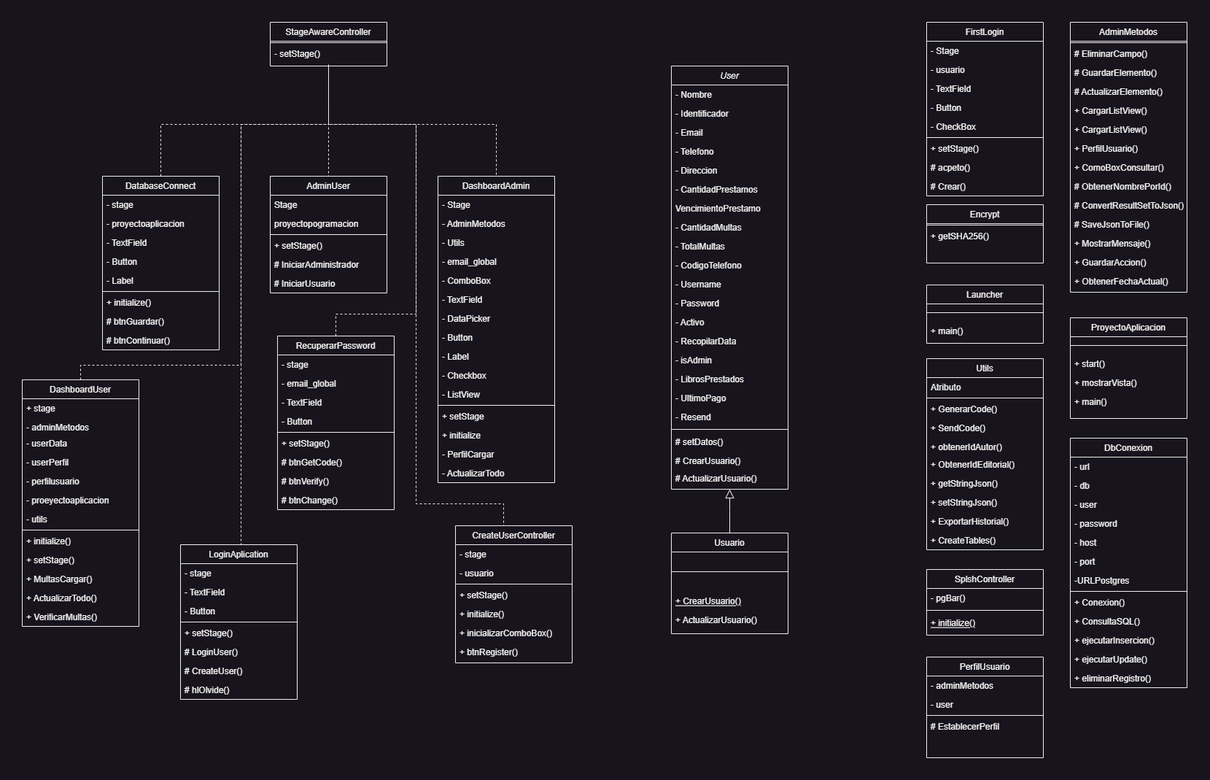
This is Diagramas/Diagrama De Clases.png from estuardodev/ProyectoProgramacion, a draw.io export, as it was before one commit. Source tidied: cells renumbered, new cells last; positions are measured from the earlier drawing's top-left corner, leaving out a move shared by most shapes.
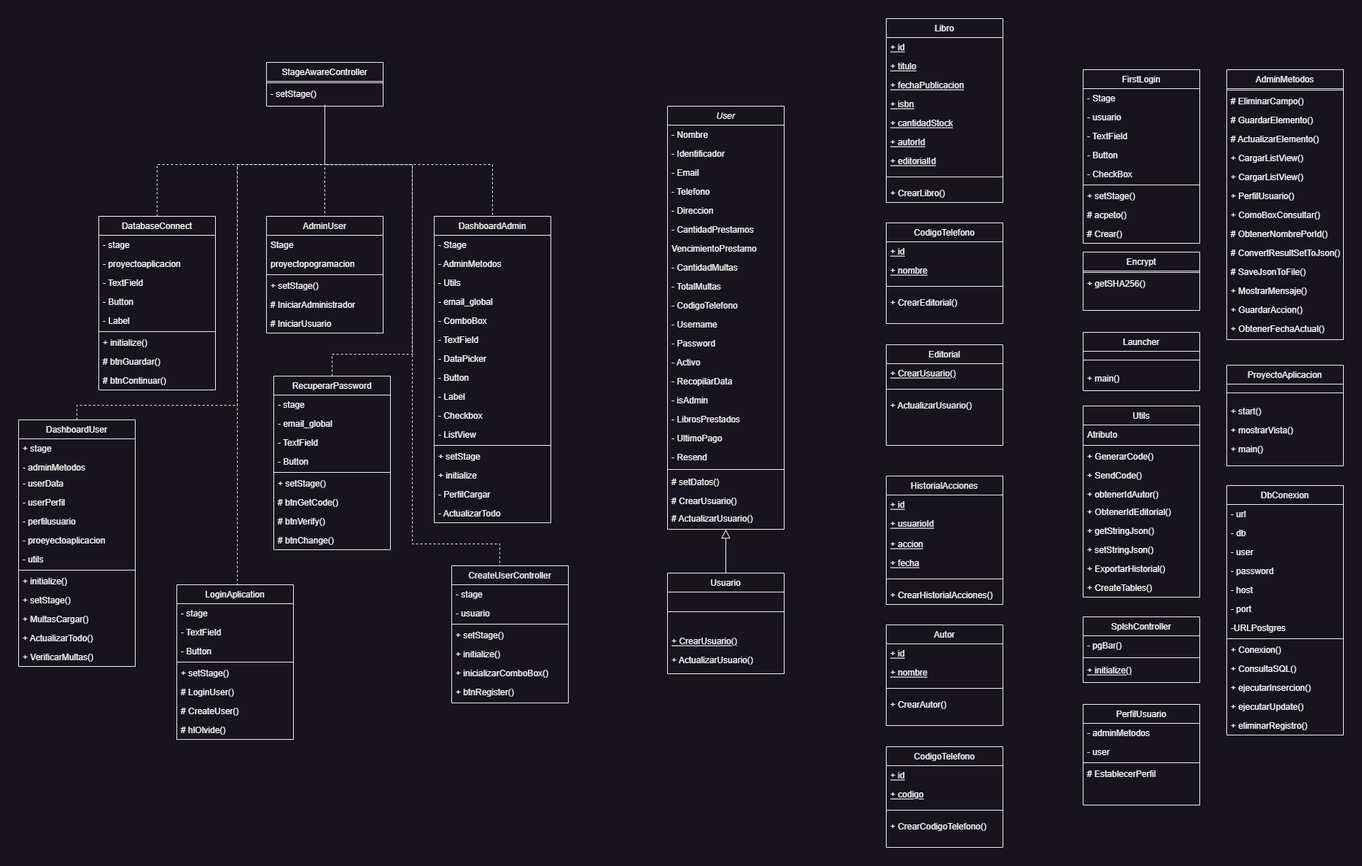
After the commit.

Commit message:
Se actualizaron los manuales y los diagramas

What changed in the source:
```diff
@@ -96,7 +96,7 @@
       <mxGeometry y="30" width="160" height="26" as="geometry" />
     </mxCell>
     <mxCell id="33" value="AdminMetodos" style="swimlane;fontStyle=0;align=center;verticalAlign=top;horizontal=1;startSize=26;rounded=0;shadow=0;strokeWidth=1;" parent="1" vertex="1">
-      <mxGeometry x="1437" width="160" height="370" as="geometry" />
+      <mxGeometry x="1657" y="10" width="160" height="370" as="geometry" />
     </mxCell>
     <mxCell id="34" style="line;html=1;strokeWidth=1;align=left;verticalAlign=middle;spacingTop=-1;spacingLeft=3;spacingRight=3;labelPosition=right;" parent="33" vertex="1">
       <mxGeometry y="26" width="160" height="4" as="geometry" />
@@ -259,7 +259,7 @@
       <mxGeometry y="212" width="160" height="26" as="geometry" />
     </mxCell>
     <mxCell id="84" value="ProyectoAplicacion" style="swimlane;fontStyle=0;align=center;verticalAlign=top;horizontal=1;startSize=26;rounded=0;shadow=0;strokeWidth=1;" parent="1" vertex="1">
-      <mxGeometry x="1437" y="405" width="160" height="138" as="geometry" />
+      <mxGeometry x="1657" y="415" width="160" height="138" as="geometry" />
     </mxCell>
     <mxCell id="85" style="line;html=1;strokeWidth=1;align=left;verticalAlign=middle;spacingTop=-1;spacingLeft=3;spacingRight=3;labelPosition=right;" parent="84" vertex="1">
       <mxGeometry y="26" width="160" height="24" as="geometry" />
@@ -301,7 +301,7 @@
       <mxGeometry y="186" width="160" height="26" as="geometry" />
     </mxCell>
     <mxCell id="98" value="Launcher" style="swimlane;fontStyle=0;align=center;verticalAlign=top;horizontal=1;startSize=26;rounded=0;shadow=0;strokeWidth=1;" parent="1" vertex="1">
-      <mxGeometry x="1240" y="360" width="160" height="80" as="geometry" />
+      <mxGeometry x="1460" y="370" width="160" height="80" as="geometry" />
     </mxCell>
     <mxCell id="99" style="line;html=1;strokeWidth=1;align=left;verticalAlign=middle;spacingTop=-1;spacingLeft=3;spacingRight=3;labelPosition=right;" parent="98" vertex="1">
       <mxGeometry y="26" width="160" height="24" as="geometry" />
@@ -334,7 +334,7 @@
       <mxGeometry y="160" width="160" height="28" as="geometry" />
     </mxCell>
     <mxCell id="109" value="Utils" style="swimlane;fontStyle=0;align=center;verticalAlign=top;horizontal=1;startSize=26;rounded=0;shadow=0;strokeWidth=1;" parent="1" vertex="1">
-      <mxGeometry x="1240" y="461" width="160" height="262" as="geometry" />
+      <mxGeometry x="1460" y="471" width="160" height="262" as="geometry" />
     </mxCell>
     <mxCell id="110" value="Atributo" style="text;align=left;verticalAlign=top;spacingLeft=4;spacingRight=4;overflow=hidden;" parent="109" vertex="1">
       <mxGeometry y="26" width="160" height="26" as="geometry" />
@@ -367,7 +367,7 @@
       <mxGeometry y="236" width="160" height="26" as="geometry" />
     </mxCell>
     <mxCell id="120" value="Encrypt" style="swimlane;fontStyle=0;align=center;verticalAlign=top;horizontal=1;startSize=26;rounded=0;shadow=0;strokeWidth=1;" parent="1" vertex="1">
-      <mxGeometry x="1240" y="250" width="160" height="80" as="geometry" />
+      <mxGeometry x="1460" y="260" width="160" height="80" as="geometry" />
     </mxCell>
     <mxCell id="121" style="line;html=1;strokeWidth=1;align=left;verticalAlign=middle;spacingTop=-1;spacingLeft=3;spacingRight=3;labelPosition=right;" parent="120" vertex="1">
       <mxGeometry y="26" width="160" height="4" as="geometry" />
@@ -376,7 +376,7 @@
       <mxGeometry y="30" width="160" height="26" as="geometry" />
     </mxCell>
     <mxCell id="123" value="PerfilUsuario" style="swimlane;fontStyle=0;align=center;verticalAlign=top;horizontal=1;startSize=26;rounded=0;shadow=0;strokeWidth=1;" parent="1" vertex="1">
-      <mxGeometry x="1240" y="870" width="160" height="138" as="geometry" />
+      <mxGeometry x="1460" y="880" width="160" height="138" as="geometry" />
     </mxCell>
     <mxCell id="124" value="- adminMetodos" style="text;align=left;verticalAlign=top;spacingLeft=4;spacingRight=4;overflow=hidden;" parent="123" vertex="1">
       <mxGeometry y="26" width="160" height="26" as="geometry" />
@@ -433,7 +433,7 @@
       <mxGeometry y="312" width="160" height="26" as="geometry" />
     </mxCell>
     <mxCell id="142" value="DbConexion" style="swimlane;fontStyle=0;align=center;verticalAlign=top;horizontal=1;startSize=26;rounded=0;shadow=0;strokeWidth=1;" parent="1" vertex="1">
-      <mxGeometry x="1437" y="570" width="160" height="342" as="geometry" />
+      <mxGeometry x="1657" y="580" width="160" height="342" as="geometry" />
     </mxCell>
     <mxCell id="143" value="- url" style="text;align=left;verticalAlign=top;spacingLeft=4;spacingRight=4;overflow=hidden;" parent="142" vertex="1">
       <mxGeometry y="26" width="160" height="26" as="geometry" />
@@ -475,7 +475,7 @@
       <mxGeometry y="316" width="160" height="26" as="geometry" />
     </mxCell>
     <mxCell id="156" value="FirstLogin" style="swimlane;fontStyle=0;align=center;verticalAlign=top;horizontal=1;startSize=26;rounded=0;shadow=0;strokeWidth=1;" parent="1" vertex="1">
-      <mxGeometry x="1240" width="160" height="238" as="geometry" />
+      <mxGeometry x="1460" y="10" width="160" height="238" as="geometry" />
     </mxCell>
     <mxCell id="157" value="- Stage" style="text;align=left;verticalAlign=top;spacingLeft=4;spacingRight=4;overflow=hidden;" parent="156" vertex="1">
       <mxGeometry y="26" width="160" height="26" as="geometry" />
@@ -581,7 +581,7 @@
       </mxGeometry>
     </mxCell>
     <mxCell id="181" value="SplshController" style="swimlane;fontStyle=0;align=center;verticalAlign=top;horizontal=1;startSize=26;rounded=0;shadow=0;strokeWidth=1;" parent="1" vertex="1">
-      <mxGeometry x="1240" y="750" width="160" height="90" as="geometry" />
+      <mxGeometry x="1460" y="760" width="160" height="90" as="geometry" />
     </mxCell>
     <mxCell id="182" value="- pgBar()" style="text;align=left;verticalAlign=top;spacingLeft=4;spacingRight=4;overflow=hidden;" parent="181" vertex="1">
       <mxGeometry y="26" width="160" height="26" as="geometry" />
@@ -592,5 +592,113 @@
     <mxCell id="184" value="+ initialize()" style="text;align=left;verticalAlign=top;spacingLeft=4;spacingRight=4;overflow=hidden;fontStyle=4;" parent="181" vertex="1">
       <mxGeometry y="60" width="160" height="26" as="geometry" />
     </mxCell>
+    <mxCell id="185" value="Libro" style="swimlane;fontStyle=0;align=center;verticalAlign=top;horizontal=1;startSize=26;rounded=0;shadow=0;strokeWidth=1;" parent="1" vertex="1">
+      <mxGeometry x="1190" y="-60" width="160" height="252" as="geometry" />
+    </mxCell>
+    <mxCell id="186" value="+ id" style="text;align=left;verticalAlign=top;spacingLeft=4;spacingRight=4;overflow=hidden;fontStyle=4;" parent="185" vertex="1">
+      <mxGeometry y="26" width="160" height="26" as="geometry" />
+    </mxCell>
+    <mxCell id="187" value="+ titulo" style="text;align=left;verticalAlign=top;spacingLeft=4;spacingRight=4;overflow=hidden;fontStyle=4;" parent="185" vertex="1">
+      <mxGeometry y="52" width="160" height="26" as="geometry" />
+    </mxCell>
+    <mxCell id="188" value="+ fechaPublicacion" style="text;align=left;verticalAlign=top;spacingLeft=4;spacingRight=4;overflow=hidden;fontStyle=4;" parent="185" vertex="1">
+      <mxGeometry y="78" width="160" height="26" as="geometry" />
+    </mxCell>
+    <mxCell id="189" value="+ isbn" style="text;align=left;verticalAlign=top;spacingLeft=4;spacingRight=4;overflow=hidden;fontStyle=4;" parent="185" vertex="1">
+      <mxGeometry y="104" width="160" height="26" as="geometry" />
+    </mxCell>
+    <mxCell id="190" value="+ cantidadStock" style="text;align=left;verticalAlign=top;spacingLeft=4;spacingRight=4;overflow=hidden;fontStyle=4;" parent="185" vertex="1">
+      <mxGeometry y="130" width="160" height="26" as="geometry" />
+    </mxCell>
+    <mxCell id="191" value="+ autorId" style="text;align=left;verticalAlign=top;spacingLeft=4;spacingRight=4;overflow=hidden;fontStyle=4;" parent="185" vertex="1">
+      <mxGeometry y="156" width="160" height="26" as="geometry" />
+    </mxCell>
+    <mxCell id="192" value="+ editorialId" style="text;align=left;verticalAlign=top;spacingLeft=4;spacingRight=4;overflow=hidden;fontStyle=4;" parent="185" vertex="1">
+      <mxGeometry y="182" width="160" height="26" as="geometry" />
+    </mxCell>
+    <mxCell id="193" style="line;html=1;strokeWidth=1;align=left;verticalAlign=middle;spacingTop=-1;spacingLeft=3;spacingRight=3;labelPosition=right;" parent="185" vertex="1">
+      <mxGeometry y="208" width="160" height="18" as="geometry" />
+    </mxCell>
+    <mxCell id="194" value="+ CrearLibro()" style="text;align=left;verticalAlign=top;spacingLeft=4;spacingRight=4;overflow=hidden;" parent="185" vertex="1">
+      <mxGeometry y="226" width="160" height="26" as="geometry" />
+    </mxCell>
+    <mxCell id="195" value="CodigoTelefono" style="swimlane;fontStyle=0;align=center;verticalAlign=top;horizontal=1;startSize=26;rounded=0;shadow=0;strokeWidth=1;" parent="1" vertex="1">
+      <mxGeometry x="1190" y="220" width="160" height="138" as="geometry" />
+    </mxCell>
+    <mxCell id="196" value="+ id" style="text;align=left;verticalAlign=top;spacingLeft=4;spacingRight=4;overflow=hidden;fontStyle=4;" parent="195" vertex="1">
+      <mxGeometry y="26" width="160" height="26" as="geometry" />
+    </mxCell>
+    <mxCell id="197" value="+ nombre" style="text;align=left;verticalAlign=top;spacingLeft=4;spacingRight=4;overflow=hidden;fontStyle=4;" parent="195" vertex="1">
+      <mxGeometry y="52" width="160" height="26" as="geometry" />
+    </mxCell>
+    <mxCell id="198" style="line;html=1;strokeWidth=1;align=left;verticalAlign=middle;spacingTop=-1;spacingLeft=3;spacingRight=3;labelPosition=right;" parent="195" vertex="1">
+      <mxGeometry y="78" width="160" height="18" as="geometry" />
+    </mxCell>
+    <mxCell id="199" value="+ CrearEditorial()" style="text;align=left;verticalAlign=top;spacingLeft=4;spacingRight=4;overflow=hidden;" parent="195" vertex="1">
+      <mxGeometry y="96" width="160" height="26" as="geometry" />
+    </mxCell>
+    <mxCell id="200" value="Editorial" style="swimlane;fontStyle=0;align=center;verticalAlign=top;horizontal=1;startSize=26;rounded=0;shadow=0;strokeWidth=1;" parent="1" vertex="1">
+      <mxGeometry x="1190" y="387" width="160" height="138" as="geometry" />
+    </mxCell>
+    <mxCell id="201" value="+ CrearUsuario()" style="text;align=left;verticalAlign=top;spacingLeft=4;spacingRight=4;overflow=hidden;fontStyle=4;" parent="200" vertex="1">
+      <mxGeometry y="26" width="160" height="26" as="geometry" />
+    </mxCell>
+    <mxCell id="202" style="line;html=1;strokeWidth=1;align=left;verticalAlign=middle;spacingTop=-1;spacingLeft=3;spacingRight=3;labelPosition=right;" parent="200" vertex="1">
+      <mxGeometry y="52" width="160" height="18" as="geometry" />
+    </mxCell>
+    <mxCell id="203" value="+ ActualizarUsuario()" style="text;align=left;verticalAlign=top;spacingLeft=4;spacingRight=4;overflow=hidden;" parent="200" vertex="1">
+      <mxGeometry y="70" width="160" height="26" as="geometry" />
+    </mxCell>
+    <mxCell id="204" value="HistorialAcciones" style="swimlane;fontStyle=0;align=center;verticalAlign=top;horizontal=1;startSize=26;rounded=0;shadow=0;strokeWidth=1;" parent="1" vertex="1">
+      <mxGeometry x="1190" y="567" width="160" height="176" as="geometry" />
+    </mxCell>
+    <mxCell id="205" value="+ id" style="text;align=left;verticalAlign=top;spacingLeft=4;spacingRight=4;overflow=hidden;fontStyle=4;" parent="204" vertex="1">
+      <mxGeometry y="26" width="160" height="26" as="geometry" />
+    </mxCell>
+    <mxCell id="206" value="+ usuarioId" style="text;align=left;verticalAlign=top;spacingLeft=4;spacingRight=4;overflow=hidden;fontStyle=4;" parent="204" vertex="1">
+      <mxGeometry y="52" width="160" height="28" as="geometry" />
+    </mxCell>
+    <mxCell id="207" value="+ accion" style="text;align=left;verticalAlign=top;spacingLeft=4;spacingRight=4;overflow=hidden;fontStyle=4;" parent="204" vertex="1">
+      <mxGeometry y="80" width="160" height="26" as="geometry" />
+    </mxCell>
+    <mxCell id="208" value="+ fecha" style="text;align=left;verticalAlign=top;spacingLeft=4;spacingRight=4;overflow=hidden;fontStyle=4;" parent="204" vertex="1">
+      <mxGeometry y="106" width="160" height="26" as="geometry" />
+    </mxCell>
+    <mxCell id="209" style="line;html=1;strokeWidth=1;align=left;verticalAlign=middle;spacingTop=-1;spacingLeft=3;spacingRight=3;labelPosition=right;" parent="204" vertex="1">
+      <mxGeometry y="132" width="160" height="18" as="geometry" />
+    </mxCell>
+    <mxCell id="210" value="+ CrearHistorialAcciones()" style="text;align=left;verticalAlign=top;spacingLeft=4;spacingRight=4;overflow=hidden;" parent="204" vertex="1">
+      <mxGeometry y="150" width="160" height="26" as="geometry" />
+    </mxCell>
+    <mxCell id="211" value="Autor" style="swimlane;fontStyle=0;align=center;verticalAlign=top;horizontal=1;startSize=26;rounded=0;shadow=0;strokeWidth=1;" parent="1" vertex="1">
+      <mxGeometry x="1190" y="771" width="160" height="138" as="geometry" />
+    </mxCell>
+    <mxCell id="212" value="+ id" style="text;align=left;verticalAlign=top;spacingLeft=4;spacingRight=4;overflow=hidden;fontStyle=4;" parent="211" vertex="1">
+      <mxGeometry y="26" width="160" height="26" as="geometry" />
+    </mxCell>
+    <mxCell id="213" value="+ nombre" style="text;align=left;verticalAlign=top;spacingLeft=4;spacingRight=4;overflow=hidden;fontStyle=4;" parent="211" vertex="1">
+      <mxGeometry y="52" width="160" height="26" as="geometry" />
+    </mxCell>
+    <mxCell id="214" style="line;html=1;strokeWidth=1;align=left;verticalAlign=middle;spacingTop=-1;spacingLeft=3;spacingRight=3;labelPosition=right;" parent="211" vertex="1">
+      <mxGeometry y="78" width="160" height="18" as="geometry" />
+    </mxCell>
+    <mxCell id="215" value="+ CrearAutor()" style="text;align=left;verticalAlign=top;spacingLeft=4;spacingRight=4;overflow=hidden;" parent="211" vertex="1">
+      <mxGeometry y="96" width="160" height="26" as="geometry" />
+    </mxCell>
+    <mxCell id="216" value="CodigoTelefono" style="swimlane;fontStyle=0;align=center;verticalAlign=top;horizontal=1;startSize=26;rounded=0;shadow=0;strokeWidth=1;" parent="1" vertex="1">
+      <mxGeometry x="1190" y="938" width="160" height="138" as="geometry" />
+    </mxCell>
+    <mxCell id="217" value="+ id" style="text;align=left;verticalAlign=top;spacingLeft=4;spacingRight=4;overflow=hidden;fontStyle=4;" parent="216" vertex="1">
+      <mxGeometry y="26" width="160" height="26" as="geometry" />
+    </mxCell>
+    <mxCell id="218" value="+ codigo" style="text;align=left;verticalAlign=top;spacingLeft=4;spacingRight=4;overflow=hidden;fontStyle=4;" parent="216" vertex="1">
+      <mxGeometry y="52" width="160" height="26" as="geometry" />
+    </mxCell>
+    <mxCell id="219" style="line;html=1;strokeWidth=1;align=left;verticalAlign=middle;spacingTop=-1;spacingLeft=3;spacingRight=3;labelPosition=right;" parent="216" vertex="1">
+      <mxGeometry y="78" width="160" height="18" as="geometry" />
+    </mxCell>
+    <mxCell id="220" value="+ CrearCodigoTelefono()" style="text;align=left;verticalAlign=top;spacingLeft=4;spacingRight=4;overflow=hidden;" parent="216" vertex="1">
+      <mxGeometry y="96" width="160" height="26" as="geometry" />
+    </mxCell>
   </root>
 </mxGraphModel>
```
